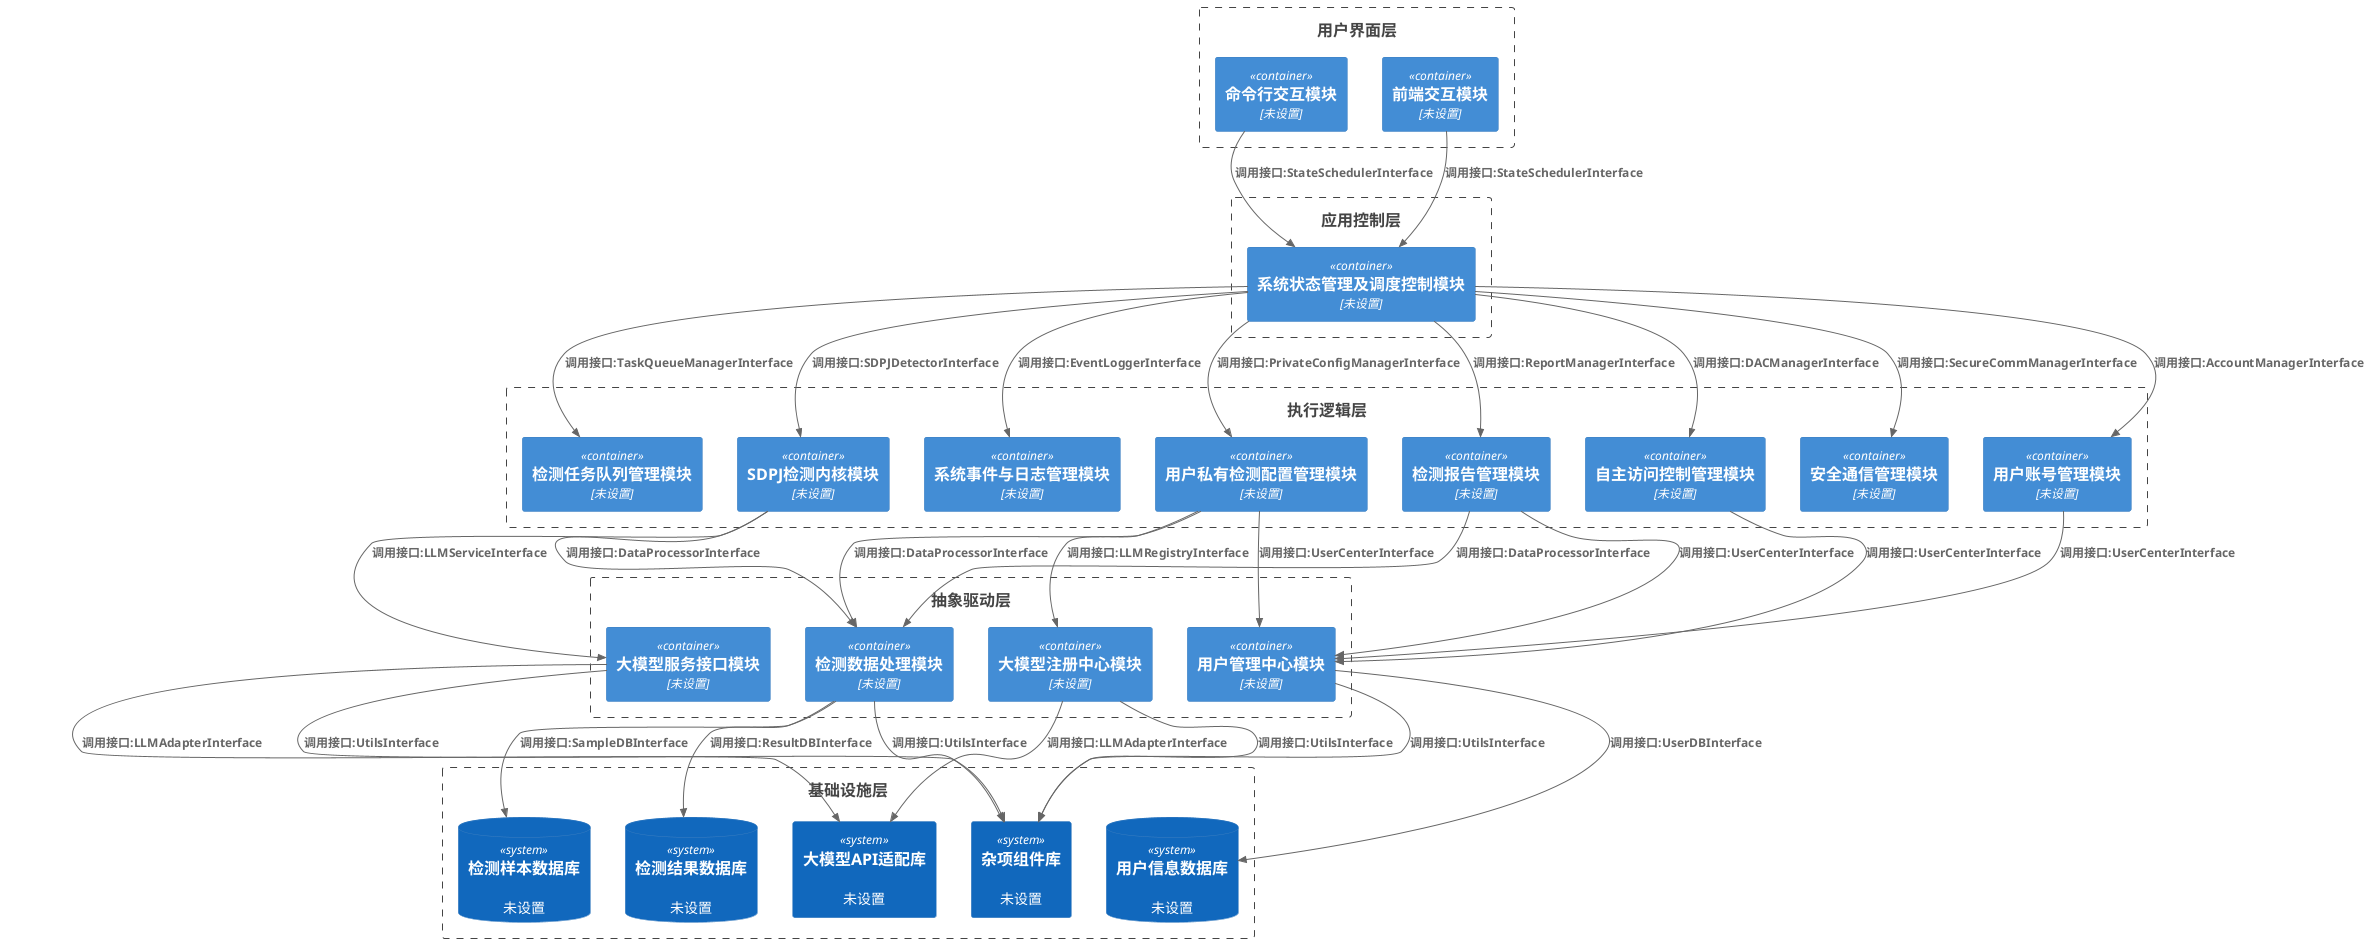
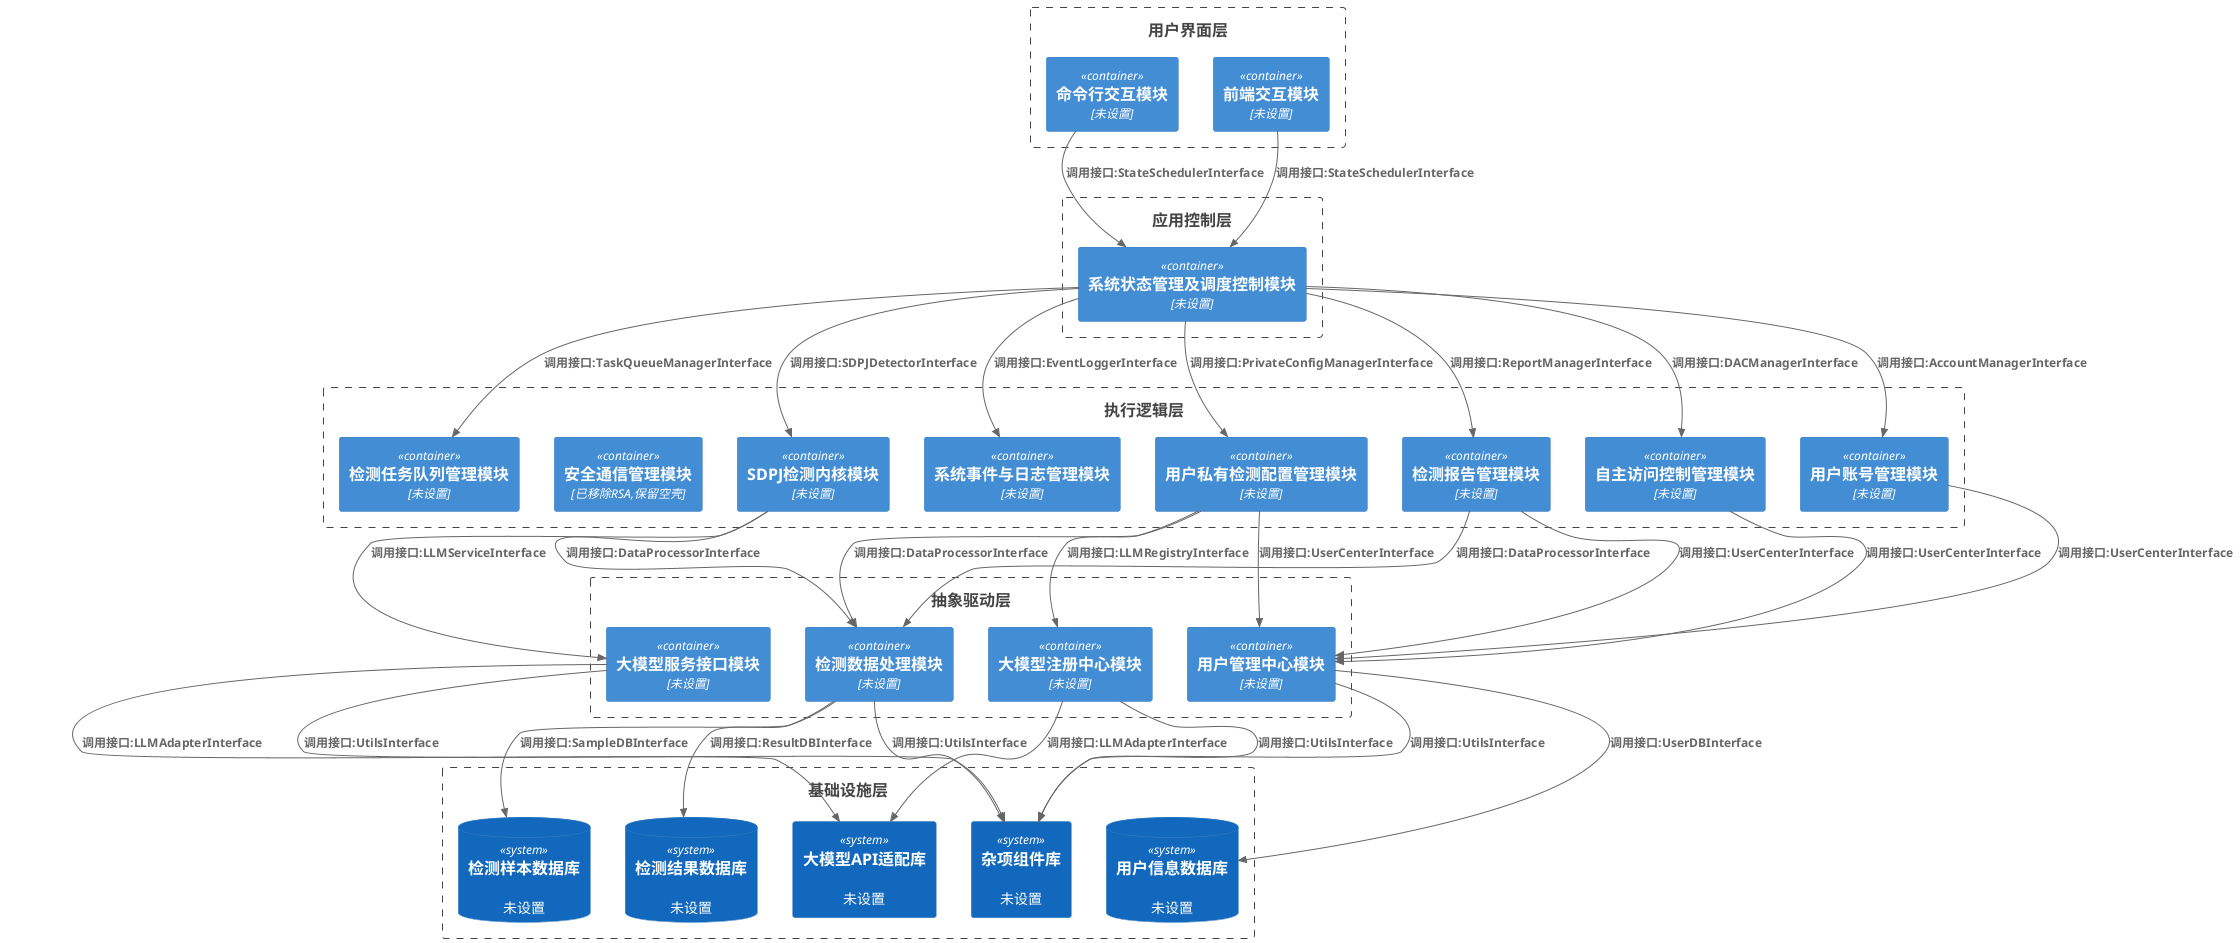
@startuml
!include <C4/C4_Container>

Boundary(Layer1, "用户界面层") {
  Container(CLI, "命令行交互模块", "未设置")
  Container(WebUI, "前端交互模块", "未设置")
}

Boundary(Layer2, "应用控制层") {
  Container(StateScheduler, "系统状态管理及调度控制模块", "未设置")
}

Boundary(Layer3, "执行逻辑层") {
  Container(TaskQueueManager, "检测任务队列管理模块", "未设置")
  Container(SDPJDetector, "SDPJ检测内核模块", "未设置")
  Container(EventLogger, "系统事件与日志管理模块", "未设置")
  Container(ReportManager, "检测报告管理模块", "未设置")
  Container(PrivateConfigManager, "用户私有检测配置管理模块", "未设置")
  Container(DACManager, "自主访问控制管理模块", "未设置")
-   Container(SecureCommManager, "安全通信管理模块", "未设置")
+   Container(SecureCommManager, "安全通信管理模块", "已移除RSA,保留空壳")
  Container(AccountManager, "用户账号管理模块", "未设置")
}

Boundary(Layer4, "抽象驱动层") {
  Container(DataProcessor, "检测数据处理模块", "未设置")
  Container(LLMService, "大模型服务接口模块", "未设置")
  Container(LLMRegistry, "大模型注册中心模块", "未设置")
  Container(UserCenter, "用户管理中心模块", "未设置")
}

Boundary(Layer5, "基础设施层") {
  SystemDb(SampleDB, "检测样本数据库", "未设置")
  SystemDb(ResultDB, "检测结果数据库", "未设置")
  System(LLMAdapterLib, "大模型API适配库", "未设置")
  SystemDb(UserDB, "用户信息数据库", "未设置")
  System(UtilsLib, "杂项组件库", "未设置")
}

'依赖关系
Rel(CLI,StateScheduler,"调用接口:StateSchedulerInterface")
Rel(WebUI,StateScheduler,"调用接口:StateSchedulerInterface")

Rel(StateScheduler,TaskQueueManager,"调用接口:TaskQueueManagerInterface")
Rel(StateScheduler,EventLogger,"调用接口:EventLoggerInterface")
- Rel(StateScheduler,SecureCommManager,"调用接口:SecureCommManagerInterface")
+ 'Rel(StateScheduler,SecureCommManager,"调用接口:SecureCommManagerInterface")  ' 已移除:RSA加解密已删除,传输安全由HTTPS/TLS保障
Rel(StateScheduler,SDPJDetector,"调用接口:SDPJDetectorInterface")
Rel(StateScheduler,ReportManager,"调用接口:ReportManagerInterface")
Rel(StateScheduler,PrivateConfigManager,"调用接口:PrivateConfigManagerInterface")
Rel(StateScheduler,DACManager,"调用接口:DACManagerInterface")
Rel(StateScheduler,AccountManager,"调用接口:AccountManagerInterface")

Rel(SDPJDetector,DataProcessor,"调用接口:DataProcessorInterface")
Rel(SDPJDetector,LLMService,"调用接口:LLMServiceInterface")
Rel(PrivateConfigManager,DataProcessor,"调用接口:DataProcessorInterface")
Rel(PrivateConfigManager,UserCenter,"调用接口:UserCenterInterface")
Rel(PrivateConfigManager,LLMRegistry,"调用接口:LLMRegistryInterface")
Rel(ReportManager,DataProcessor,"调用接口:DataProcessorInterface")
Rel(ReportManager,UserCenter,"调用接口:UserCenterInterface")
Rel(AccountManager,UserCenter,"调用接口:UserCenterInterface")
Rel(DACManager,UserCenter,"调用接口:UserCenterInterface")

Rel(DataProcessor,SampleDB,"调用接口:SampleDBInterface")
Rel(DataProcessor,ResultDB,"调用接口:ResultDBInterface")
Rel(DataProcessor,UtilsLib,"调用接口:UtilsInterface")
Rel(LLMService,LLMAdapterLib,"调用接口:LLMAdapterInterface")
Rel(LLMService,UtilsLib,"调用接口:UtilsInterface")
Rel(LLMRegistry,LLMAdapterLib,"调用接口:LLMAdapterInterface")
Rel(LLMRegistry,UtilsLib,"调用接口:UtilsInterface")
Rel(UserCenter,UserDB,"调用接口:UserDBInterface")
Rel(UserCenter,UtilsLib,"调用接口:UtilsInterface")




@enduml